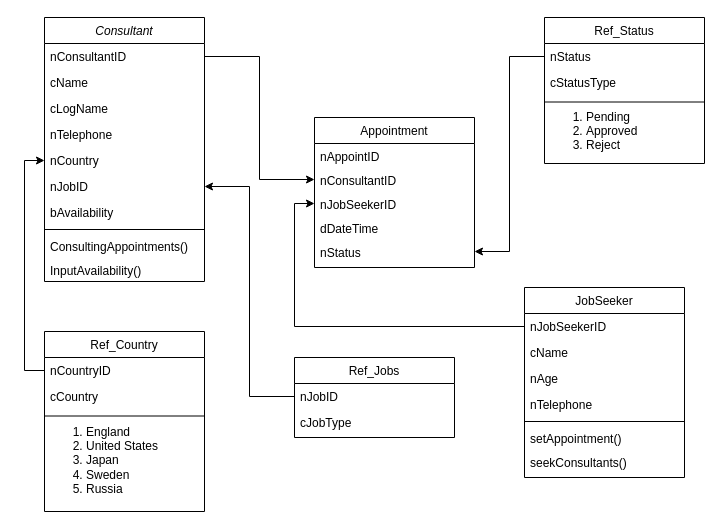
danujaysl/CourseworkADPRG keeps this draw.io diagram as Untitled Diagram.drawio. Above is the earlier version. Source tidied: cells renumbered, new cells numbered last; positions are measured from the earlier drawing's top-left corner, leaving out a move shared by most shapes. Both pictures are drawn from the tidied source at 100%, with x=0, y=0 at pixel (44, 17).
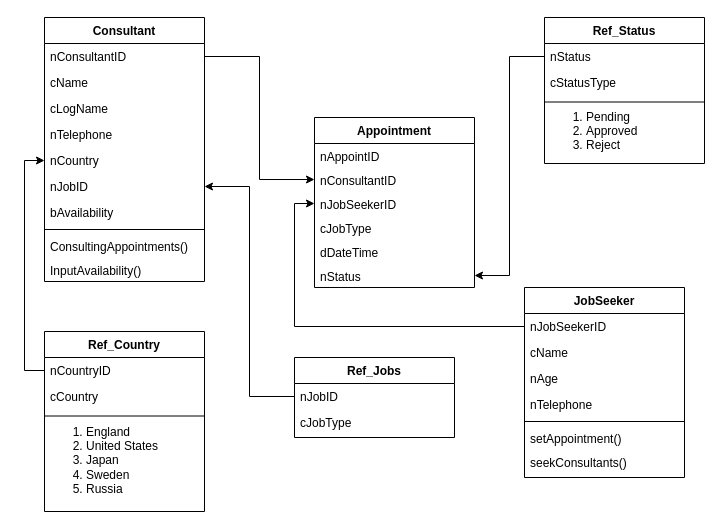
The same page after the edit.

Diff of the diagram source:
```diff
@@
-    <mxCell id="2" value="Consultant&#10;" style="swimlane;fontStyle=2;align=center;verticalAlign=top;horizontal=1;startSize=26;rounded=0;shadow=0;strokeWidth=1;" parent="1" vertex="1">
+    <mxCell id="2" value="Consultant&#10;" style="swimlane;fontStyle=1;align=center;verticalAlign=top;horizontal=1;startSize=26;rounded=0;shadow=0;strokeWidth=1;" parent="1" vertex="1">
       <mxGeometry width="160" height="264" as="geometry" />
     </mxCell>
@@
-    <mxCell id="13" value="JobSeeker&#10;" style="swimlane;fontStyle=0;align=center;verticalAlign=top;horizontal=1;startSize=26;rounded=0;shadow=0;strokeWidth=1;" parent="1" vertex="1">
+    <mxCell id="13" value="JobSeeker&#10;" style="swimlane;fontStyle=1;align=center;verticalAlign=top;horizontal=1;startSize=26;rounded=0;shadow=0;strokeWidth=1;" parent="1" vertex="1">
       <mxGeometry x="480" y="270" width="160" height="190" as="geometry" />
     </mxCell>
@@
-    <mxCell id="21" value="Ref_Status" style="swimlane;fontStyle=0;align=center;verticalAlign=top;horizontal=1;startSize=26;rounded=0;shadow=0;strokeWidth=1;" parent="1" vertex="1">
+    <mxCell id="21" value="Ref_Status" style="swimlane;fontStyle=1;align=center;verticalAlign=top;horizontal=1;startSize=26;rounded=0;shadow=0;strokeWidth=1;" parent="1" vertex="1">
       <mxGeometry x="500" width="160" height="146" as="geometry" />
     </mxCell>
@@
-    <mxCell id="26" value="Appointment&#10;" style="swimlane;fontStyle=0;align=center;verticalAlign=top;horizontal=1;startSize=26;rounded=0;shadow=0;strokeWidth=1;" parent="1" vertex="1">
-      <mxGeometry x="270" y="100" width="160" height="150" as="geometry" />
+    <mxCell id="26" value="Appointment&#10;" style="swimlane;fontStyle=1;align=center;verticalAlign=top;horizontal=1;startSize=26;rounded=0;shadow=0;strokeWidth=1;" parent="1" vertex="1">
+      <mxGeometry x="270" y="100" width="160" height="170" as="geometry" />
     </mxCell>
@@
+    <mxCell id="45" value="cJobType" style="text;align=left;verticalAlign=top;spacingLeft=4;spacingRight=4;overflow=hidden;" parent="26" vertex="1">
+      <mxGeometry y="98" width="160" height="24" as="geometry" />
+    </mxCell>
     <mxCell id="30" value="dDateTime" style="text;align=left;verticalAlign=top;spacingLeft=4;spacingRight=4;overflow=hidden;" parent="26" vertex="1">
-      <mxGeometry y="98" width="160" height="24" as="geometry" />
+      <mxGeometry y="122" width="160" height="24" as="geometry" />
     </mxCell>
     <mxCell id="31" value="nStatus" style="text;align=left;verticalAlign=top;spacingLeft=4;spacingRight=4;overflow=hidden;points=[[0,0.5],[1,0.5]];portConstraint=eastwest;" parent="26" vertex="1">
-      <mxGeometry y="122" width="160" height="24" as="geometry" />
+      <mxGeometry y="146" width="160" height="24" as="geometry" />
     </mxCell>
@@
-    <mxCell id="35" value="Ref_Country" style="swimlane;fontStyle=0;align=center;verticalAlign=top;horizontal=1;startSize=26;rounded=0;shadow=0;strokeWidth=1;" parent="1" vertex="1">
+    <mxCell id="35" value="Ref_Country" style="swimlane;fontStyle=1;align=center;verticalAlign=top;horizontal=1;startSize=26;rounded=0;shadow=0;strokeWidth=1;" parent="1" vertex="1">
       <mxGeometry y="314" width="160" height="180" as="geometry" />
     </mxCell>
@@
-    <mxCell id="41" value="Ref_Jobs" style="swimlane;fontStyle=0;align=center;verticalAlign=top;horizontal=1;startSize=26;rounded=0;shadow=0;strokeWidth=1;" parent="1" vertex="1">
+    <mxCell id="41" value="Ref_Jobs" style="swimlane;fontStyle=1;align=center;verticalAlign=top;horizontal=1;startSize=26;rounded=0;shadow=0;strokeWidth=1;" parent="1" vertex="1">
       <mxGeometry x="250" y="340" width="160" height="80" as="geometry" />
     </mxCell>
```
